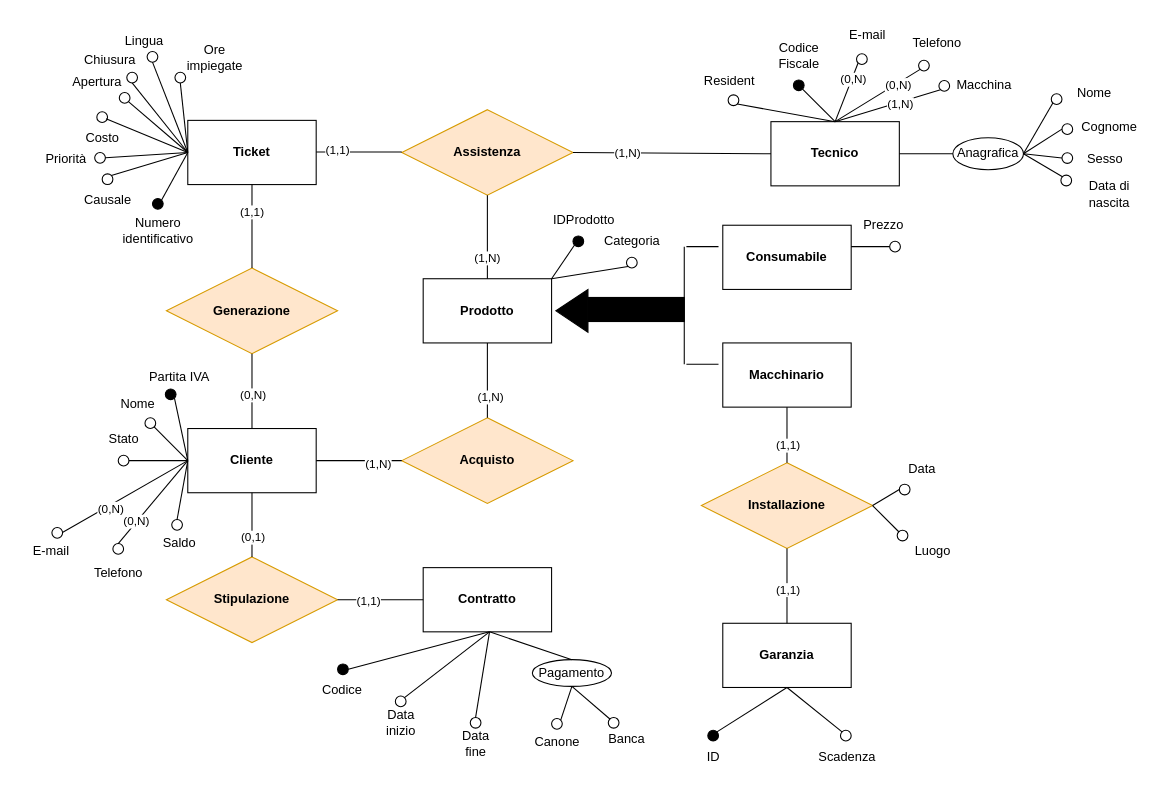
Before: Diagrammi/er finale concettuale.drawio in fedeStaffo/Progetto_Basi_di_dati, a draw.io diagram. Source tidied: cells renumbered, new cells numbered last; positions are measured from the earlier drawing's top-left corner, leaving out a move shared by most shapes. Both pictures are drawn from the tidied source at 107%, with x=0, y=0 at pixel (18, 18).
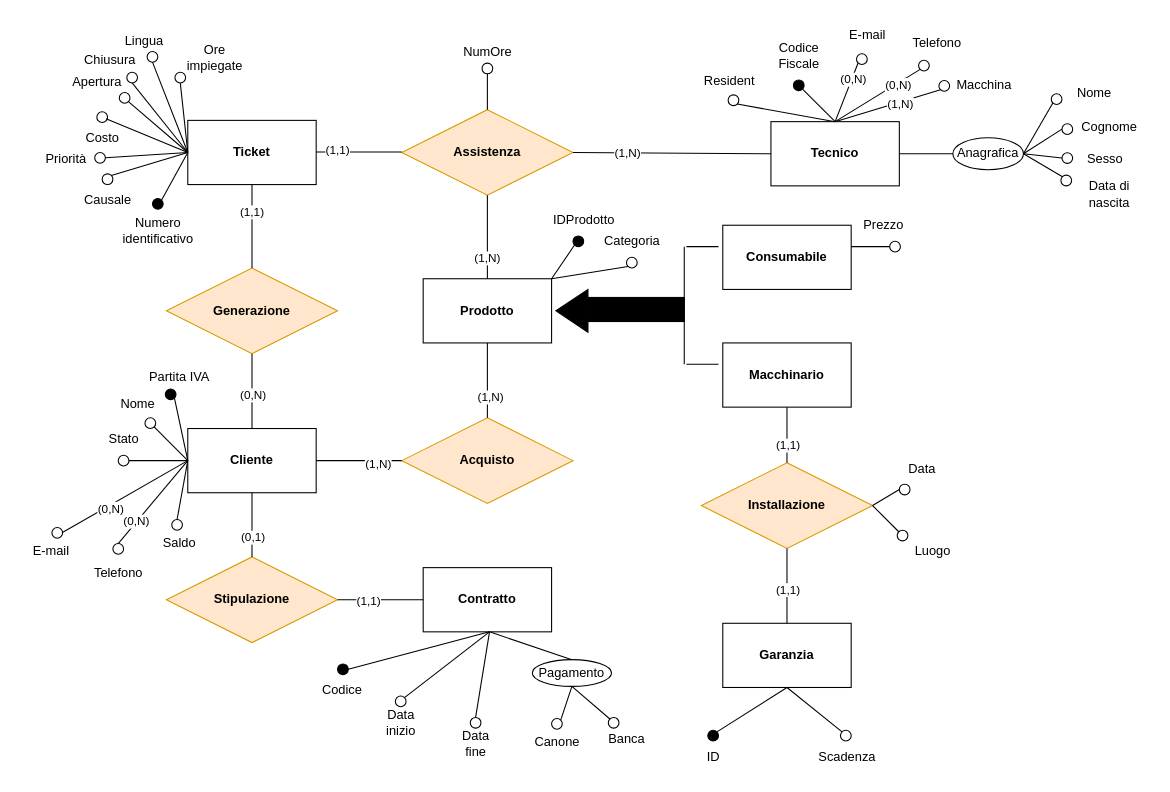
After the change.

Commit message (it also covers changes not shown here):
aggiunti NumOre e Scadenza garanzia

Unchanged cells that the change refers to:
```xml
<mxCell id="10" value="&lt;b&gt;Assistenza&lt;/b&gt;" style="rhombus;whiteSpace=wrap;html=1;fillColor=#ffe6cc;strokeColor=#d79b00;" parent="1" vertex="1">
  <mxGeometry x="358" y="85" width="160" height="80" as="geometry" />
</mxCell>
```

The edit, as a diff of the source:
```diff
@@
+    <mxCell id="156" style="ellipse;whiteSpace=wrap;html=1;" parent="1" vertex="1">
+      <mxGeometry x="433" y="41.5" width="10" height="10" as="geometry" />
+    </mxCell>
+    <mxCell id="157" value="NumOre" style="text;html=1;align=center;verticalAlign=middle;strokeColor=none;fillColor=none;" parent="1" vertex="1">
+      <mxGeometry x="403" y="16" width="70" height="30" as="geometry" />
+    </mxCell>
+    <mxCell id="158" style="endArrow=none;html=1;rounded=0;exitX=0.5;exitY=0;exitDx=0;exitDy=0;entryX=0.5;entryY=1;entryDx=0;entryDy=0;" parent="1" edge="1" source="10" target="156">
+      <mxGeometry relative="1" as="geometry" />
+    </mxCell>
```
